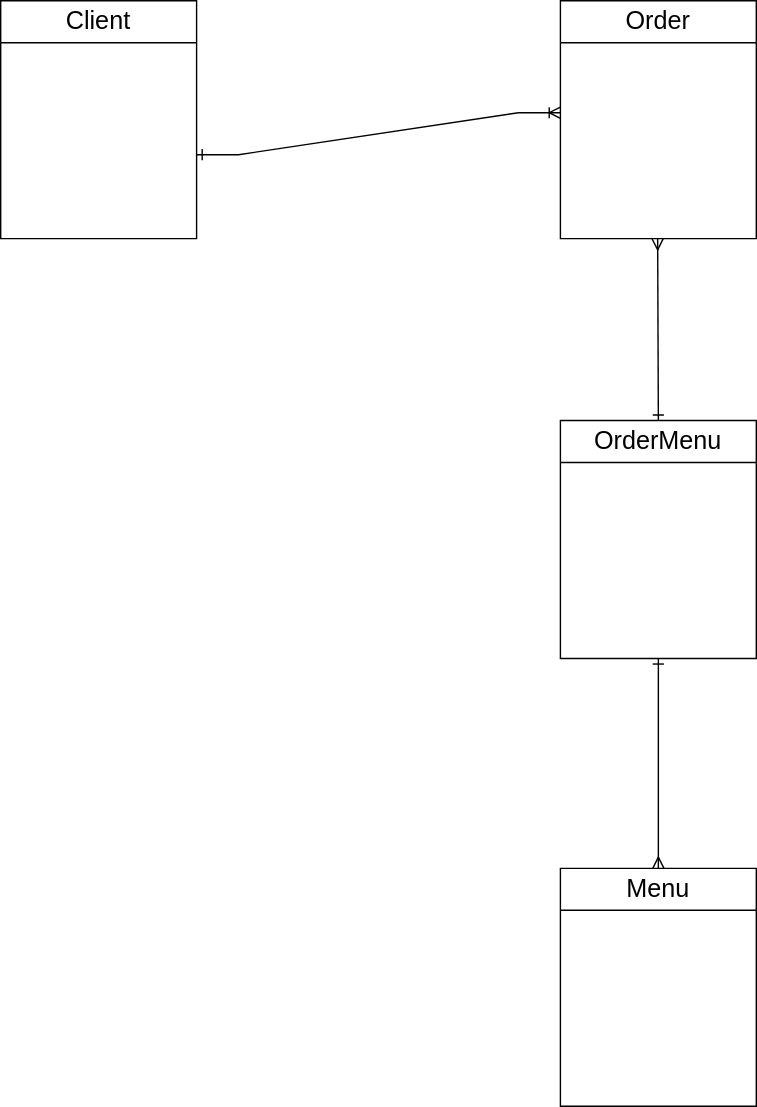
Earlier version of the draw.io export data modeling/lesson1/Conceptual data modeling.drawio.svg (PavArtyom/DE03-onl-Artyom-Pavlovets). Source tidied: cells renumbered, new cells last; positions are measured from the earlier drawing's top-left corner, leaving out a move shared by most shapes. Source of this version:
```xml
<mxGraphModel>
  <root>
    <mxCell id="0" />
    <mxCell id="1" parent="0" />
    <mxCell id="2" value="&lt;font style=&quot;font-size: 18px;&quot;&gt;Client&lt;/font&gt;" style="swimlane;fontStyle=0;horizontal=1;startSize=30;whiteSpace=wrap;html=1;" parent="1" vertex="1">
      <mxGeometry width="140" height="170" as="geometry" />
    </mxCell>
    <mxCell id="3" value="&lt;span style=&quot;font-size: 18px;&quot;&gt;Menu&lt;/span&gt;" style="swimlane;fontStyle=0;horizontal=1;startSize=30;whiteSpace=wrap;html=1;" parent="1" vertex="1">
      <mxGeometry x="400" y="620" width="140" height="170" as="geometry" />
    </mxCell>
    <mxCell id="4" value="&lt;span style=&quot;font-size: 18px;&quot;&gt;Order&lt;/span&gt;" style="swimlane;fontStyle=0;horizontal=1;startSize=30;whiteSpace=wrap;html=1;" parent="1" vertex="1">
      <mxGeometry x="400" width="140" height="170" as="geometry" />
    </mxCell>
    <mxCell id="5" value="&lt;span style=&quot;font-size: 18px;&quot;&gt;OrderMenu&lt;/span&gt;" style="swimlane;fontStyle=0;horizontal=1;startSize=30;whiteSpace=wrap;html=1;" parent="1" vertex="1">
      <mxGeometry x="400" y="300" width="140" height="170" as="geometry" />
    </mxCell>
    <mxCell id="6" style="endArrow=ERmany;html=1;rounded=0;startArrow=ERone;startFill=0;endFill=0;entryX=0.5;entryY=0;entryDx=0;entryDy=0;exitX=0.5;exitY=1;exitDx=0;exitDy=0;" parent="1" edge="1" source="5" target="3">
      <mxGeometry relative="1" as="geometry" />
    </mxCell>
    <mxCell id="7" style="edgeStyle=entityRelationEdgeStyle;fontSize=12;html=1;endArrow=ERoneToMany;rounded=0;startArrow=ERone;startFill=0;" parent="1" edge="1">
      <mxGeometry relative="1" as="geometry">
        <mxPoint x="140" y="110" as="sourcePoint" />
        <mxPoint x="400" y="80" as="targetPoint" />
      </mxGeometry>
    </mxCell>
    <mxCell id="8" style="endArrow=ERone;html=1;rounded=0;startArrow=ERmany;startFill=0;endFill=0;entryX=0.5;entryY=0;entryDx=0;entryDy=0;" parent="1" edge="1" target="5">
      <mxGeometry relative="1" as="geometry">
        <mxPoint x="469.5" y="170" as="sourcePoint" />
      </mxGeometry>
    </mxCell>
  </root>
</mxGraphModel>
```
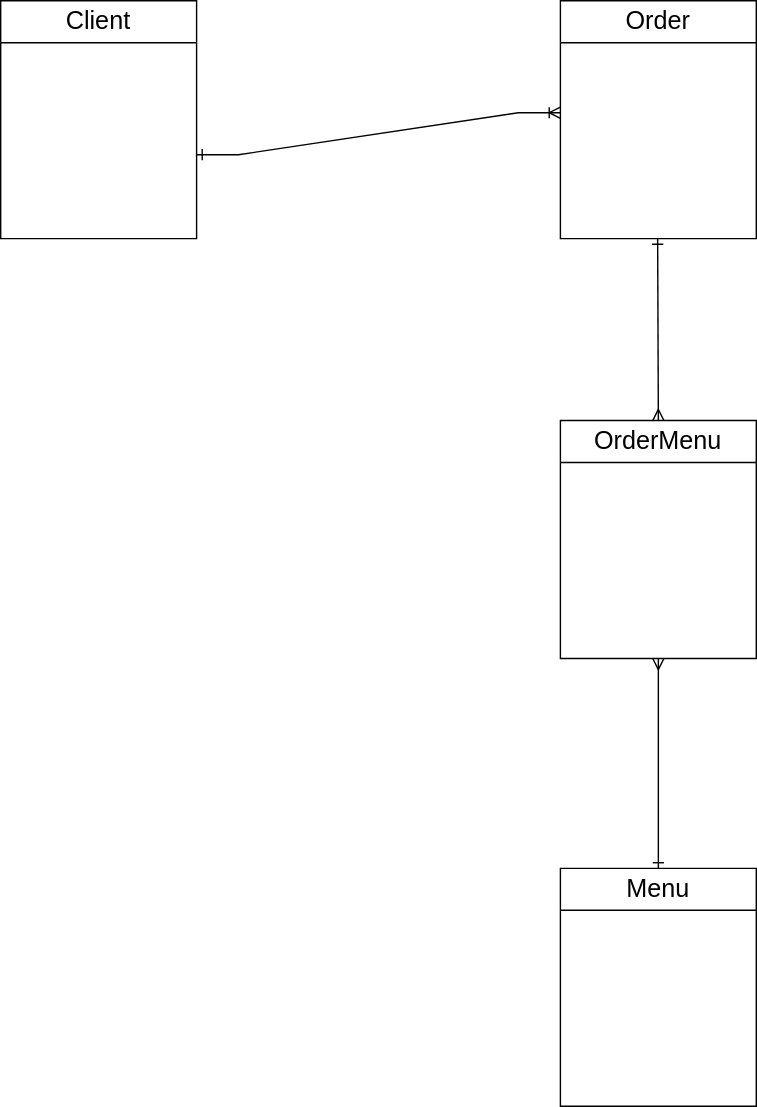
After the change.

The edit, as a diff of the source:
```diff
@@ -14,7 +14,7 @@
     <mxCell id="5" value="&lt;span style=&quot;font-size: 18px;&quot;&gt;OrderMenu&lt;/span&gt;" style="swimlane;fontStyle=0;horizontal=1;startSize=30;whiteSpace=wrap;html=1;" parent="1" vertex="1">
       <mxGeometry x="400" y="300" width="140" height="170" as="geometry" />
     </mxCell>
-    <mxCell id="6" style="endArrow=ERmany;html=1;rounded=0;startArrow=ERone;startFill=0;endFill=0;entryX=0.5;entryY=0;entryDx=0;entryDy=0;exitX=0.5;exitY=1;exitDx=0;exitDy=0;" parent="1" edge="1" source="5" target="3">
+    <mxCell id="6" style="endArrow=ERone;html=1;rounded=0;startArrow=ERmany;startFill=0;endFill=0;entryX=0.5;entryY=0;entryDx=0;entryDy=0;exitX=0.5;exitY=1;exitDx=0;exitDy=0;" parent="1" edge="1" source="5" target="3">
       <mxGeometry relative="1" as="geometry" />
     </mxCell>
     <mxCell id="7" style="edgeStyle=entityRelationEdgeStyle;fontSize=12;html=1;endArrow=ERoneToMany;rounded=0;startArrow=ERone;startFill=0;" parent="1" edge="1">
@@ -23,7 +23,7 @@
         <mxPoint x="400" y="80" as="targetPoint" />
       </mxGeometry>
     </mxCell>
-    <mxCell id="8" style="endArrow=ERone;html=1;rounded=0;startArrow=ERmany;startFill=0;endFill=0;entryX=0.5;entryY=0;entryDx=0;entryDy=0;" parent="1" edge="1" target="5">
+    <mxCell id="8" style="endArrow=ERmany;html=1;rounded=0;startArrow=ERone;startFill=0;endFill=0;entryX=0.5;entryY=0;entryDx=0;entryDy=0;" parent="1" edge="1" target="5">
       <mxGeometry relative="1" as="geometry">
         <mxPoint x="469.5" y="170" as="sourcePoint" />
       </mxGeometry>
```
